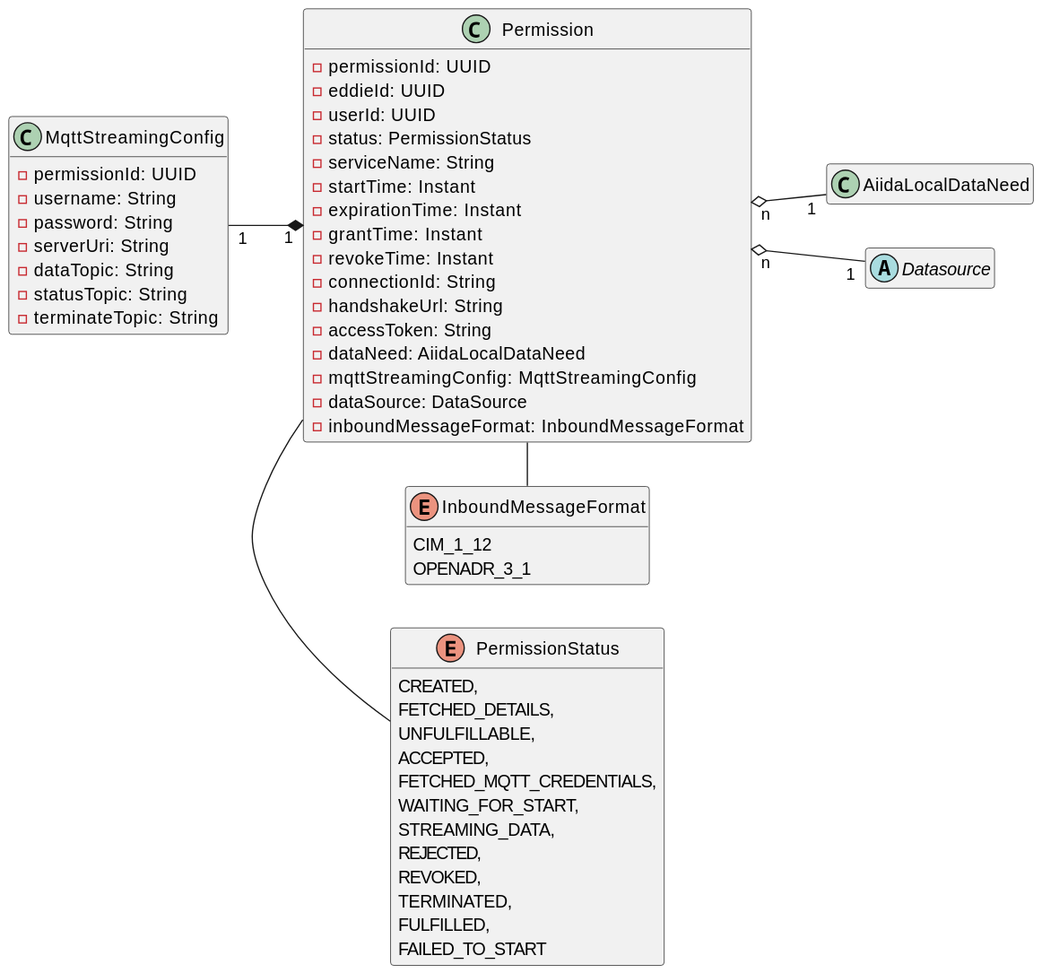
Above: aiida/docs/diagrams/aiida-class-diagram-permission.svg in eddie-energy/eddie (PlantUML), before the change.
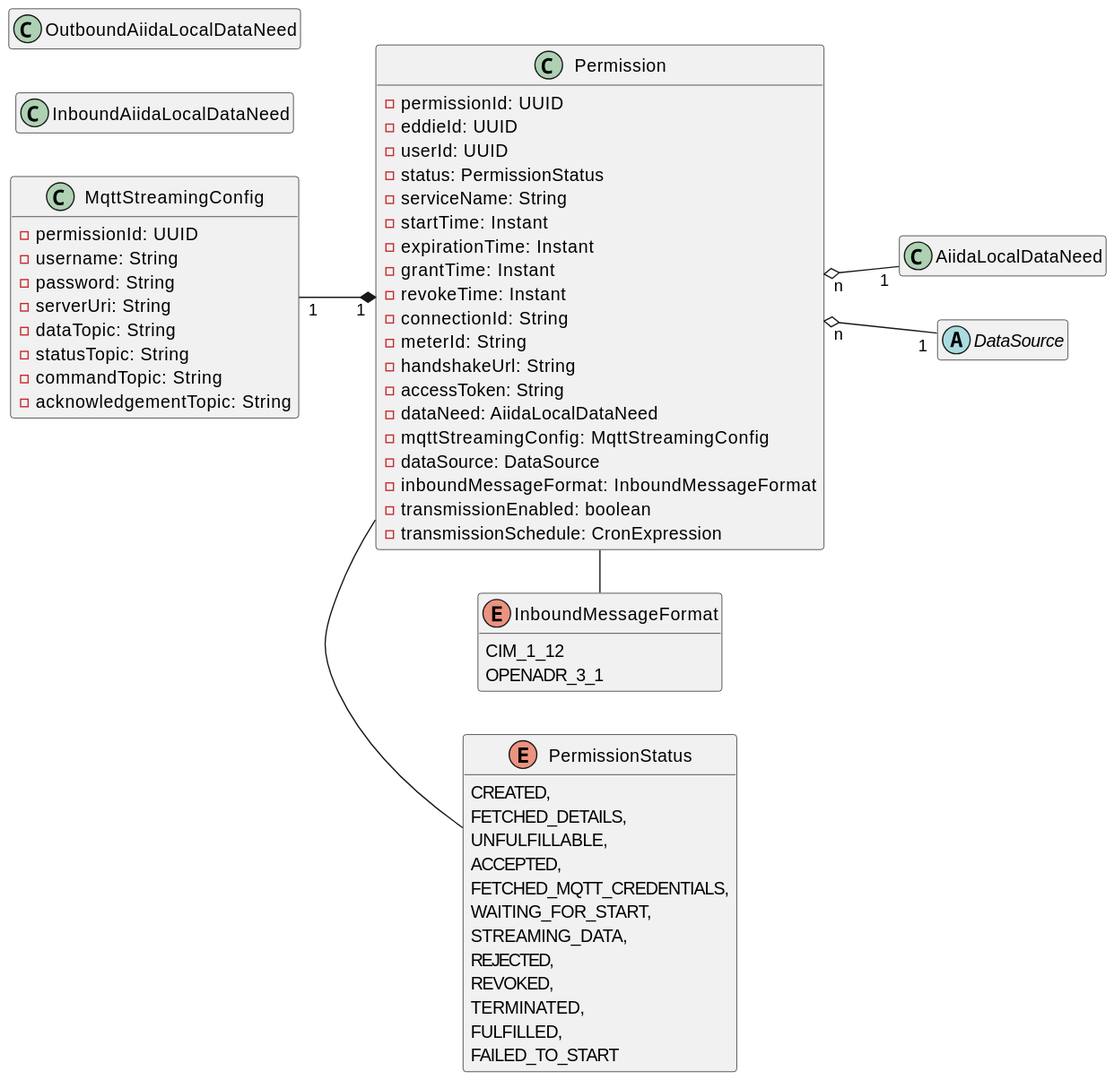
After the commit.

Commit message:
feat(aiida): Persist meter ID passed from permission request

The edit, as a diff of the source:
```diff
@@ -14,18 +14,24 @@
     - grantTime: Instant
     - revokeTime: Instant
     - connectionId: String
+    - meterId: String
     - handshakeUrl: String
     - accessToken: String
     - dataNeed: AiidaLocalDataNeed
     - mqttStreamingConfig: MqttStreamingConfig
     - dataSource: DataSource
     - inboundMessageFormat: InboundMessageFormat
+    - transmissionEnabled: boolean
+    - transmissionSchedule: CronExpression
 }
 
 class AiidaLocalDataNeed {
 }
 
-abstract class Datasource {}
+class InboundAiidaLocalDataNeed
+class OutboundAiidaLocalDataNeed
+
+abstract class DataSource {}
 
 class MqttStreamingConfig {
     - permissionId: UUID
@@ -34,7 +40,8 @@
     - serverUri: String
     - dataTopic: String
     - statusTopic: String
-    - terminateTopic: String
+    - commandTopic: String
+    - acknowledgementTopic: String
 }
 
 enum PermissionStatus {
@@ -61,5 +68,5 @@
 Permission - PermissionStatus
 Permission - InboundMessageFormat
 Permission "1" *-up- "1" MqttStreamingConfig
-Permission "n" o-- "1" Datasource
+Permission "n" o-- "1" DataSource
 @enduml
```
